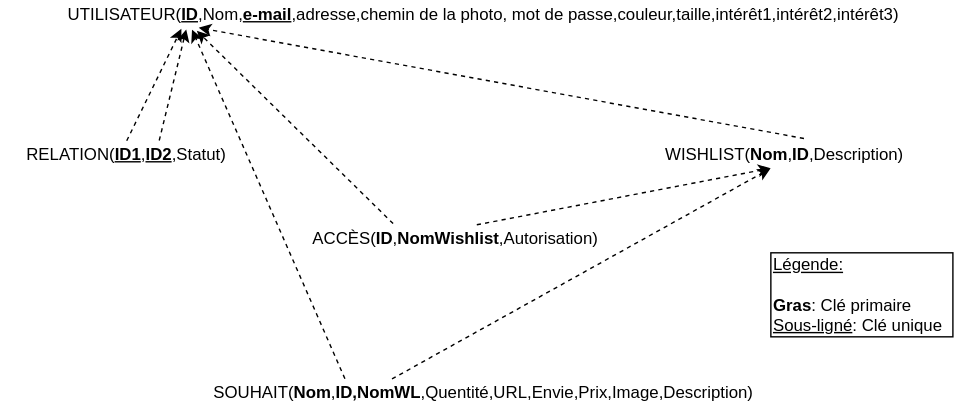
pdan1/WishList-Groupe5.1 keeps this draw.io diagram as Resources/Documents/Shéma relationnel.svg. Above is the earlier version. Source tidied: cells renumbered, new cells last; positions are measured from the earlier drawing's top-left corner, leaving out a move shared by most shapes.
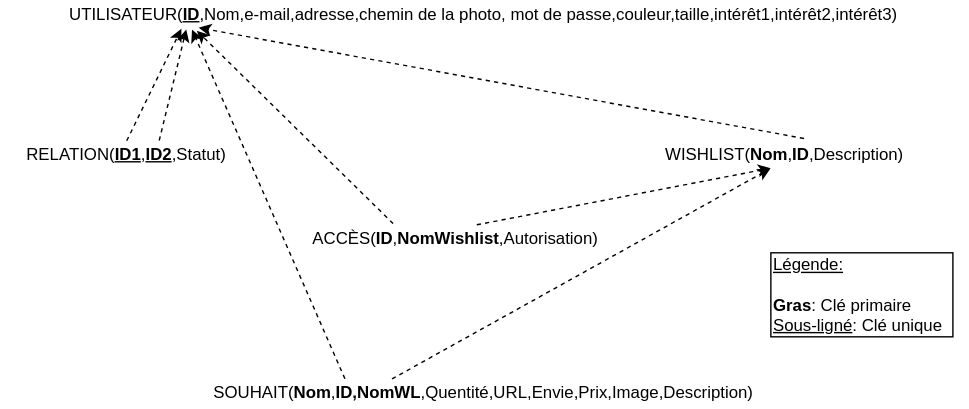
Above is the later version.

Commit message:
Correction Shéma relationnel

Diff of the diagram source:
```diff
@@ -2,7 +2,7 @@
   <root>
     <mxCell id="0" />
     <mxCell id="1" parent="0" />
-    <mxCell id="2" value="UTILISATEUR(&lt;u&gt;&lt;b&gt;ID&lt;/b&gt;&lt;/u&gt;,Nom,&lt;b&gt;&lt;u&gt;e-mail&lt;/u&gt;&lt;/b&gt;,adresse,chemin de la photo, mot de passe,couleur,taille,intérêt1,intérêt2,intérêt3)" style="text;html=1;strokeColor=none;fillColor=none;align=center;verticalAlign=middle;whiteSpace=wrap;rounded=0;" parent="1" vertex="1">
+    <mxCell id="2" value="UTILISATEUR(&lt;u&gt;&lt;b&gt;ID&lt;/b&gt;&lt;/u&gt;,Nom,e-mail,adresse,chemin de la photo, mot de passe,couleur,taille,intérêt1,intérêt2,intérêt3)" style="text;html=1;strokeColor=none;fillColor=none;align=center;verticalAlign=middle;whiteSpace=wrap;rounded=0;" parent="1" vertex="1">
       <mxGeometry width="690" height="20" as="geometry" />
     </mxCell>
     <mxCell id="3" value="WISHLIST(&lt;b&gt;Nom&lt;/b&gt;,&lt;b&gt;ID&lt;/b&gt;,Description)" style="text;html=1;strokeColor=none;fillColor=none;align=center;verticalAlign=middle;whiteSpace=wrap;rounded=0;" parent="1" vertex="1">
```
